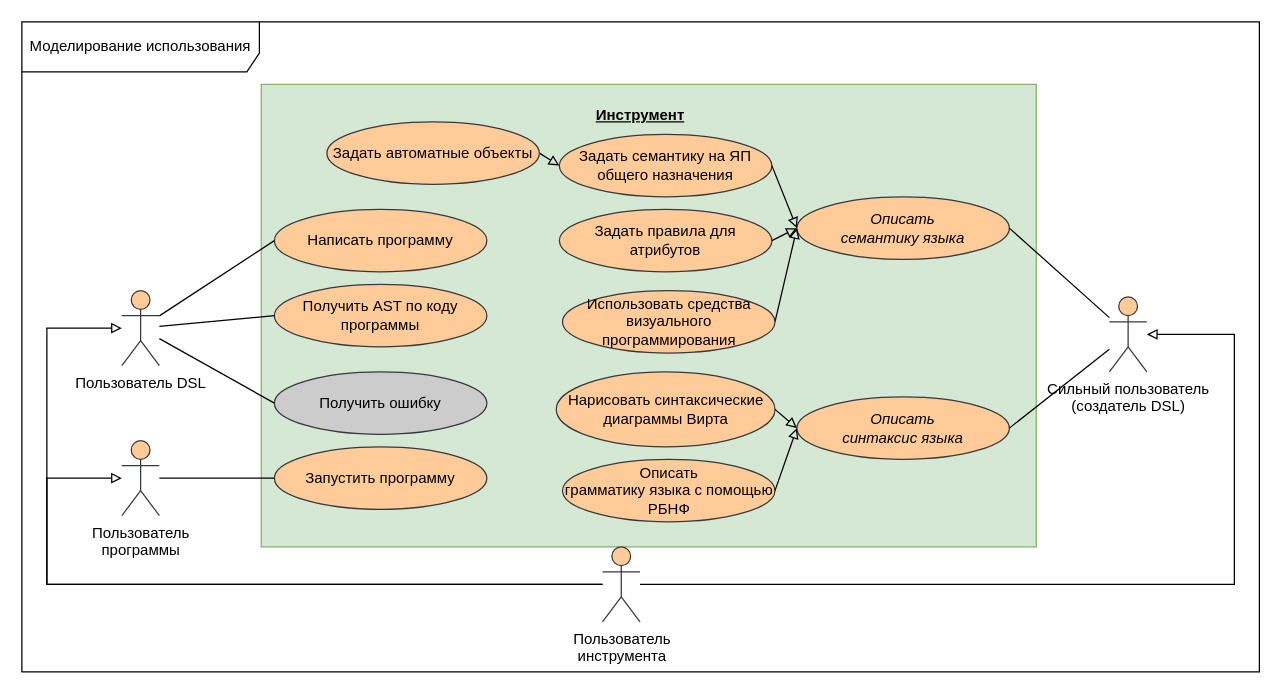
Before: _docs/raw_diagrams/functional_requirements.drawio in aVorotnikov/dsl_generator, a draw.io diagram. Source tidied: cells renumbered, new cells numbered last; positions are measured from the earlier drawing's top-left corner, leaving out a move shared by most shapes. Both pictures are drawn from the tidied source at 125%, with x=0, y=0 at pixel (21, 21).
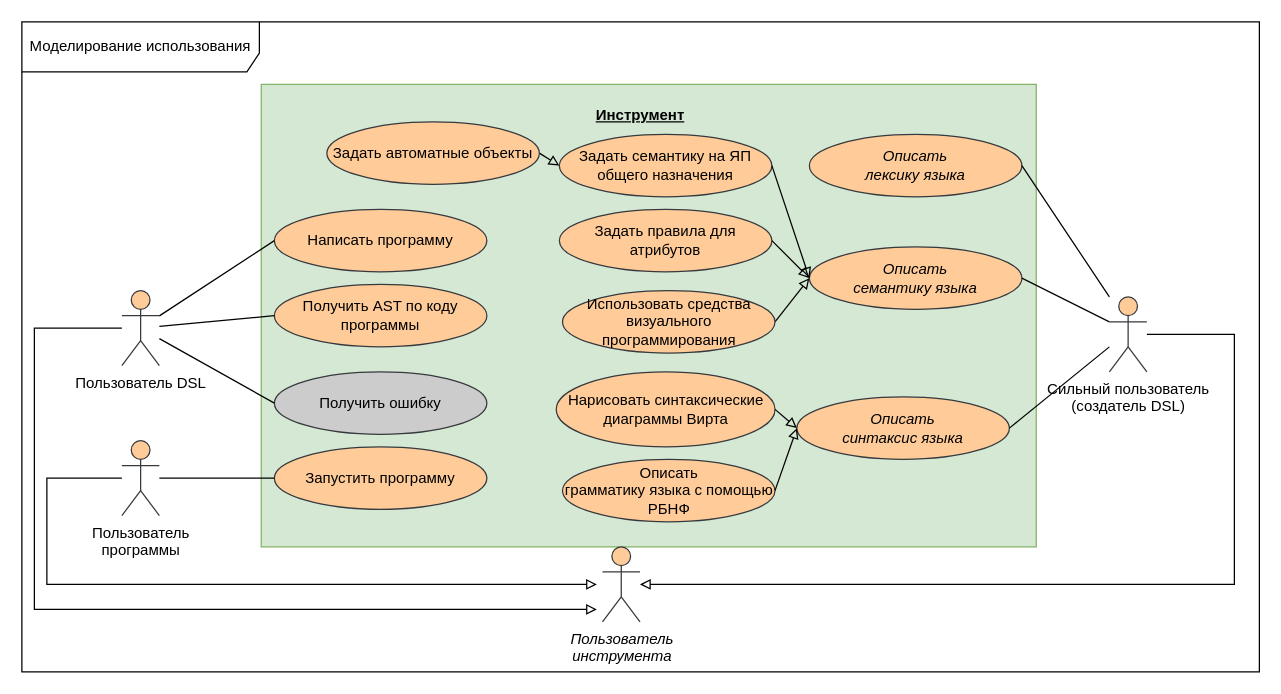
The same diagram, later.

Commit message:
Fix functional requirements diagram

The change refers to these unchanged cells:
```xml
<mxCell id="3" value="Пользователь DSL" style="shape=umlActor;verticalLabelPosition=bottom;verticalAlign=top;html=1;fillColor=#ffcc99;strokeColor=#36393d;" parent="1" vertex="1">
  <mxGeometry x="80" y="215" width="30" height="60" as="geometry" />
</mxCell>
<mxCell id="4" value="Сильный пользователь&lt;br&gt;(создатель DSL)" style="shape=umlActor;verticalLabelPosition=bottom;verticalAlign=top;html=1;fillColor=#ffcc99;strokeColor=#36393d;" parent="1" vertex="1">
  <mxGeometry x="870" y="220" width="30" height="60" as="geometry" />
</mxCell>
<mxCell id="11" value="&lt;i style=&quot;&quot;&gt;Описать&lt;br&gt;синтаксис языка&lt;/i&gt;" style="ellipse;whiteSpace=wrap;html=1;fillColor=#ffcc99;strokeColor=#36393d;" parent="1" vertex="1">
  <mxGeometry x="620" y="300" width="170" height="50" as="geometry" />
</mxCell>
<mxCell id="15" value="Пользователь&lt;br&gt;программы" style="shape=umlActor;verticalLabelPosition=bottom;verticalAlign=top;html=1;fillColor=#ffcc99;strokeColor=#36393d;" parent="1" vertex="1">
  <mxGeometry x="80" y="335" width="30" height="60" as="geometry" />
</mxCell>
```

Change to the diagram source:
```diff
@@
     <mxCell id="10" value="&lt;i style=&quot;&quot;&gt;Описать&lt;br&gt;семантику языка&lt;/i&gt;" style="ellipse;whiteSpace=wrap;html=1;fillColor=#ffcc99;strokeColor=#36393d;" parent="1" vertex="1">
-      <mxGeometry x="620" y="140" width="170" height="50" as="geometry" />
+      <mxGeometry x="630" y="180" width="170" height="50" as="geometry" />
     </mxCell>
@@
-    <mxCell id="18" style="endArrow=none;html=1;rounded=0;entryX=1;entryY=0.5;entryDx=0;entryDy=0;" parent="1" edge="1" source="4" target="10">
+    <mxCell id="18" style="endArrow=none;html=1;rounded=0;entryX=1;entryY=0.5;entryDx=0;entryDy=0;exitX=0;exitY=0.3333333333333333;exitDx=0;exitDy=0;exitPerimeter=0;" parent="1" edge="1" source="4" target="10">
       <mxGeometry relative="1" as="geometry" />
     </mxCell>
-    <mxCell id="19" style="endArrow=none;html=1;rounded=0;entryX=1;entryY=0.5;entryDx=0;entryDy=0;" parent="1" edge="1" source="4" target="11">
-      <mxGeometry relative="1" as="geometry" />
+    <mxCell id="19" style="endArrow=none;html=1;rounded=0;entryX=1;entryY=0.5;entryDx=0;entryDy=0;" parent="1" edge="1" target="11">
+      <mxGeometry relative="1" as="geometry">
+        <mxPoint x="870" y="260" as="sourcePoint" />
+      </mxGeometry>
     </mxCell>
-    <mxCell id="20" value="Пользователь&lt;br&gt;инструмента" style="shape=umlActor;verticalLabelPosition=bottom;verticalAlign=top;html=1;fillColor=#ffcc99;strokeColor=#36393d;" parent="1" vertex="1">
+    <mxCell id="20" value="&lt;i&gt;Пользователь&lt;br&gt;инструмента&lt;/i&gt;" style="shape=umlActor;verticalLabelPosition=bottom;verticalAlign=top;html=1;fillColor=#ffcc99;strokeColor=#36393d;" parent="1" vertex="1">
       <mxGeometry x="464.5" y="420" width="30" height="60" as="geometry" />
     </mxCell>
-    <mxCell id="21" style="endArrow=block;html=1;rounded=0;endFill=0;" parent="1" edge="1" source="20" target="15">
+    <mxCell id="21" style="endArrow=none;html=1;rounded=0;endFill=0;startArrow=block;startFill=0;" parent="1" edge="1" target="15">
       <mxGeometry relative="1" as="geometry">
+        <mxPoint x="460" y="450" as="sourcePoint" />
         <Array as="points">
           <mxPoint x="20" y="450" />
           <mxPoint x="20" y="365" />
         </Array>
       </mxGeometry>
     </mxCell>
-    <mxCell id="22" style="endArrow=block;html=1;rounded=0;endFill=0;" parent="1" edge="1" source="20" target="4">
+    <mxCell id="22" style="endArrow=none;html=1;rounded=0;endFill=0;startArrow=block;startFill=0;" parent="1" edge="1" source="20" target="4">
       <mxGeometry relative="1" as="geometry">
         <Array as="points">
           <mxPoint x="970" y="450" />
           <mxPoint x="970" y="250" />
         </Array>
       </mxGeometry>
     </mxCell>
-    <mxCell id="23" style="endArrow=block;html=1;rounded=0;endFill=0;" parent="1" edge="1" source="20" target="3">
+    <mxCell id="23" style="endArrow=none;html=1;rounded=0;endFill=0;startArrow=block;startFill=0;" parent="1" edge="1" target="3">
       <mxGeometry relative="1" as="geometry">
+        <mxPoint x="460" y="470" as="sourcePoint" />
         <Array as="points">
-          <mxPoint x="20" y="450" />
-          <mxPoint x="20" y="245" />
+          <mxPoint x="10" y="470" />
+          <mxPoint x="10" y="245" />
         </Array>
       </mxGeometry>
     </mxCell>
@@
+    <mxCell id="36" value="&lt;i style=&quot;&quot;&gt;Описать&lt;br&gt;лексику языка&lt;/i&gt;" style="ellipse;whiteSpace=wrap;html=1;fillColor=#ffcc99;strokeColor=#36393d;" parent="1" vertex="1">
+      <mxGeometry x="630" y="90" width="170" height="50" as="geometry" />
+    </mxCell>
+    <mxCell id="37" style="endArrow=none;html=1;rounded=0;entryX=1;entryY=0.5;entryDx=0;entryDy=0;" parent="1" edge="1" target="36">
+      <mxGeometry relative="1" as="geometry">
+        <mxPoint x="870" y="220" as="sourcePoint" />
+      </mxGeometry>
+    </mxCell>
```
